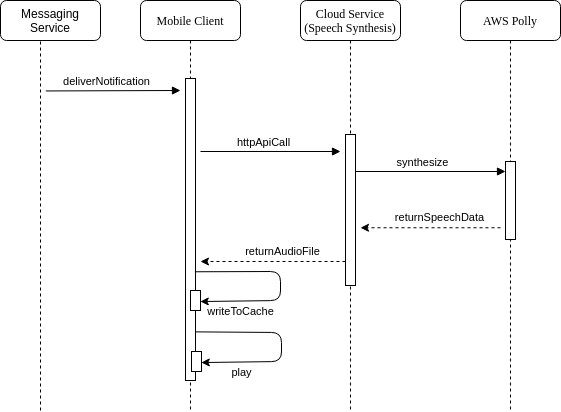
Earlier version of the draw.io export src/graphics/diagramms/Sequence_Speech_Synth_System.png (jsvilling/IP6_Bachelorarbeit_Bericht_Cloudbasiertes_Praxisrufsystem). Source tidied: cells renumbered, new cells last; positions are measured from the earlier drawing's top-left corner, leaving out a move shared by most shapes. Its diagram source:
```xml
<mxGraphModel>
  <root>
    <mxCell id="0" />
    <mxCell id="1" parent="0" />
    <mxCell id="2" value="Mobile Client" style="shape=umlLifeline;perimeter=lifelinePerimeter;whiteSpace=wrap;html=1;rounded=1;shadow=0;comic=0;labelBackgroundColor=none;strokeWidth=1;fontFamily=Verdana;fontSize=12;align=center;" parent="1" vertex="1">
      <mxGeometry x="140" width="100" height="410" as="geometry" />
    </mxCell>
    <mxCell id="3" style="html=1;points=[];perimeter=orthogonalPerimeter;rounded=0;shadow=0;comic=0;labelBackgroundColor=none;strokeWidth=1;fontFamily=Verdana;fontSize=12;align=center;" parent="2" vertex="1">
      <mxGeometry x="45" y="78" width="10" height="302" as="geometry" />
    </mxCell>
    <mxCell id="4" value="Cloud Service&lt;br&gt;(Speech Synthesis)" style="shape=umlLifeline;perimeter=lifelinePerimeter;whiteSpace=wrap;html=1;rounded=1;shadow=0;comic=0;labelBackgroundColor=none;strokeWidth=1;fontFamily=Verdana;fontSize=12;align=center;" parent="1" vertex="1">
      <mxGeometry x="300" width="100" height="410" as="geometry" />
    </mxCell>
    <mxCell id="5" value="AWS Polly" style="shape=umlLifeline;perimeter=lifelinePerimeter;whiteSpace=wrap;html=1;rounded=1;shadow=0;comic=0;labelBackgroundColor=none;strokeWidth=1;fontFamily=Verdana;fontSize=12;align=center;" parent="1" vertex="1">
      <mxGeometry x="460" width="100" height="410" as="geometry" />
    </mxCell>
    <mxCell id="6" style="html=1;perimeter=orthogonalPerimeter;rounded=0;shadow=0;comic=0;labelBackgroundColor=none;strokeWidth=1;fontFamily=Verdana;fontSize=12;align=center;" parent="5" vertex="1">
      <mxGeometry x="45" y="161" width="10" height="78" as="geometry" />
    </mxCell>
    <mxCell id="7" value="deliverNotification" style="html=1;verticalAlign=bottom;endArrow=block;exitX=1.034;exitY=0.016;exitDx=0;exitDy=0;exitPerimeter=0;" parent="1" edge="1">
      <mxGeometry x="-0.1" relative="1" as="geometry">
        <mxPoint x="45.3" y="90.5" as="sourcePoint" />
        <mxPoint x="180" y="90" as="targetPoint" />
      </mxGeometry>
    </mxCell>
    <mxCell id="8" style="html=1;perimeter=orthogonalPerimeter;rounded=0;shadow=0;comic=0;labelBackgroundColor=none;strokeWidth=1;fontFamily=Verdana;fontSize=12;align=center;" parent="1" vertex="1">
      <mxGeometry x="345" y="134" width="10" height="151" as="geometry" />
    </mxCell>
    <mxCell id="9" style="endArrow=classic;html=1;dashed=1;" parent="1" edge="1">
      <mxGeometry relative="1" as="geometry">
        <mxPoint x="500" y="227.3" as="sourcePoint" />
        <mxPoint x="360" y="227.3" as="targetPoint" />
      </mxGeometry>
    </mxCell>
    <mxCell id="10" value="returnSpeechData" style="edgeLabel;html=1;align=center;verticalAlign=middle;" parent="9" vertex="1">
      <mxGeometry x="-0.11" y="1" relative="1" as="geometry">
        <mxPoint x="1" y="-11" as="offset" />
      </mxGeometry>
    </mxCell>
    <mxCell id="11" style="endArrow=none;dashed=1;html=1;strokeWidth=1;startArrow=none;entryX=0.4;entryY=0.75;entryDx=0;entryDy=0;entryPerimeter=0;" parent="1" edge="1" target="19">
      <mxGeometry relative="1" as="geometry">
        <mxPoint x="40" y="410" as="sourcePoint" />
      </mxGeometry>
    </mxCell>
    <mxCell id="12" value="httpApiCall" style="html=1;verticalAlign=bottom;endArrow=block;" parent="1" edge="1">
      <mxGeometry x="-0.1" relative="1" as="geometry">
        <mxPoint x="200" y="151" as="sourcePoint" />
        <mxPoint x="340" y="151" as="targetPoint" />
      </mxGeometry>
    </mxCell>
    <mxCell id="13" value="synthesize" style="html=1;verticalAlign=bottom;endArrow=block;" parent="1" edge="1">
      <mxGeometry x="-0.1" relative="1" as="geometry">
        <mxPoint x="355" y="171" as="sourcePoint" />
        <mxPoint x="505" y="171" as="targetPoint" />
      </mxGeometry>
    </mxCell>
    <mxCell id="14" style="html=1;points=[];perimeter=orthogonalPerimeter;rounded=0;shadow=0;comic=0;labelBackgroundColor=none;strokeWidth=1;fontFamily=Verdana;fontSize=12;align=center;" parent="1" vertex="1">
      <mxGeometry x="190" y="290" width="10" height="20" as="geometry" />
    </mxCell>
    <mxCell id="15" style="endArrow=classic;html=1;dashed=1;" parent="1" edge="1">
      <mxGeometry relative="1" as="geometry">
        <mxPoint x="345" y="261" as="sourcePoint" />
        <mxPoint x="200" y="261" as="targetPoint" />
      </mxGeometry>
    </mxCell>
    <mxCell id="16" value="returnAudioFile" style="edgeLabel;html=1;align=center;verticalAlign=middle;" parent="15" vertex="1">
      <mxGeometry x="-0.11" y="1" relative="1" as="geometry">
        <mxPoint x="1" y="-11" as="offset" />
      </mxGeometry>
    </mxCell>
    <mxCell id="17" style="endArrow=classic;html=1;entryX=0.981;entryY=0.552;entryDx=0;entryDy=0;entryPerimeter=0;exitX=0.938;exitY=0.64;exitDx=0;exitDy=0;exitPerimeter=0;" parent="1" edge="1" source="3" target="14">
      <mxGeometry relative="1" as="geometry">
        <Array as="points">
          <mxPoint x="280" y="271" />
          <mxPoint x="280" y="300" />
        </Array>
      </mxGeometry>
    </mxCell>
    <mxCell id="18" value="writeToCache" style="edgeLabel;html=1;align=center;verticalAlign=middle;" parent="1" vertex="1">
      <mxGeometry x="240" y="301" as="geometry">
        <mxPoint y="10" as="offset" />
      </mxGeometry>
    </mxCell>
    <mxCell id="19" value="Messaging Service" style="rounded=1;whiteSpace=wrap;html=1;" parent="1" vertex="1">
      <mxGeometry width="100" height="40" as="geometry" />
    </mxCell>
    <mxCell id="20" style="html=1;points=[];perimeter=orthogonalPerimeter;rounded=0;shadow=0;comic=0;labelBackgroundColor=none;strokeWidth=1;fontFamily=Verdana;fontSize=12;align=center;" parent="1" vertex="1">
      <mxGeometry x="191" y="351" width="10" height="20" as="geometry" />
    </mxCell>
    <mxCell id="21" style="endArrow=classic;html=1;entryX=0.981;entryY=0.552;entryDx=0;entryDy=0;entryPerimeter=0;exitX=1.033;exitY=0.839;exitDx=0;exitDy=0;exitPerimeter=0;" parent="1" edge="1" source="3" target="20">
      <mxGeometry relative="1" as="geometry">
        <Array as="points">
          <mxPoint x="281" y="332" />
          <mxPoint x="281" y="361" />
        </Array>
      </mxGeometry>
    </mxCell>
    <mxCell id="22" value="play" style="edgeLabel;html=1;align=center;verticalAlign=middle;" parent="1" vertex="1">
      <mxGeometry x="241" y="362" as="geometry">
        <mxPoint y="10" as="offset" />
      </mxGeometry>
    </mxCell>
  </root>
</mxGraphModel>
```
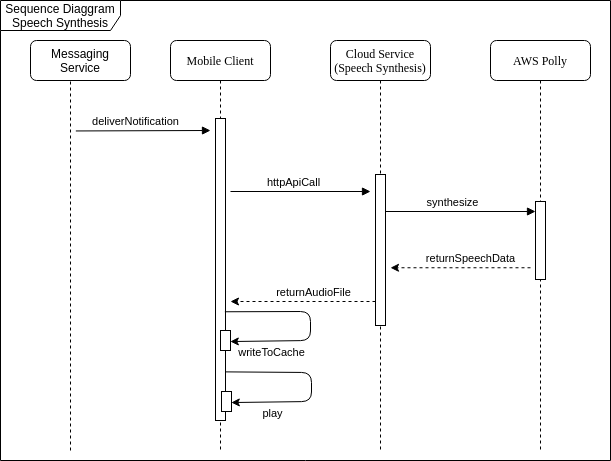
Later version of the same file.

The edit, as a diff of the source:
```diff
@@ -100,5 +100,8 @@
         <mxPoint y="10" as="offset" />
       </mxGeometry>
     </mxCell>
+    <mxCell id="23" value="Sequence Diaggram&lt;br&gt;Speech Synthesis" style="shape=umlFrame;whiteSpace=wrap;html=1;width=120;height=30;" parent="1" vertex="1">
+      <mxGeometry x="-30" y="-40" width="610" height="460" as="geometry" />
+    </mxCell>
   </root>
 </mxGraphModel>
```
